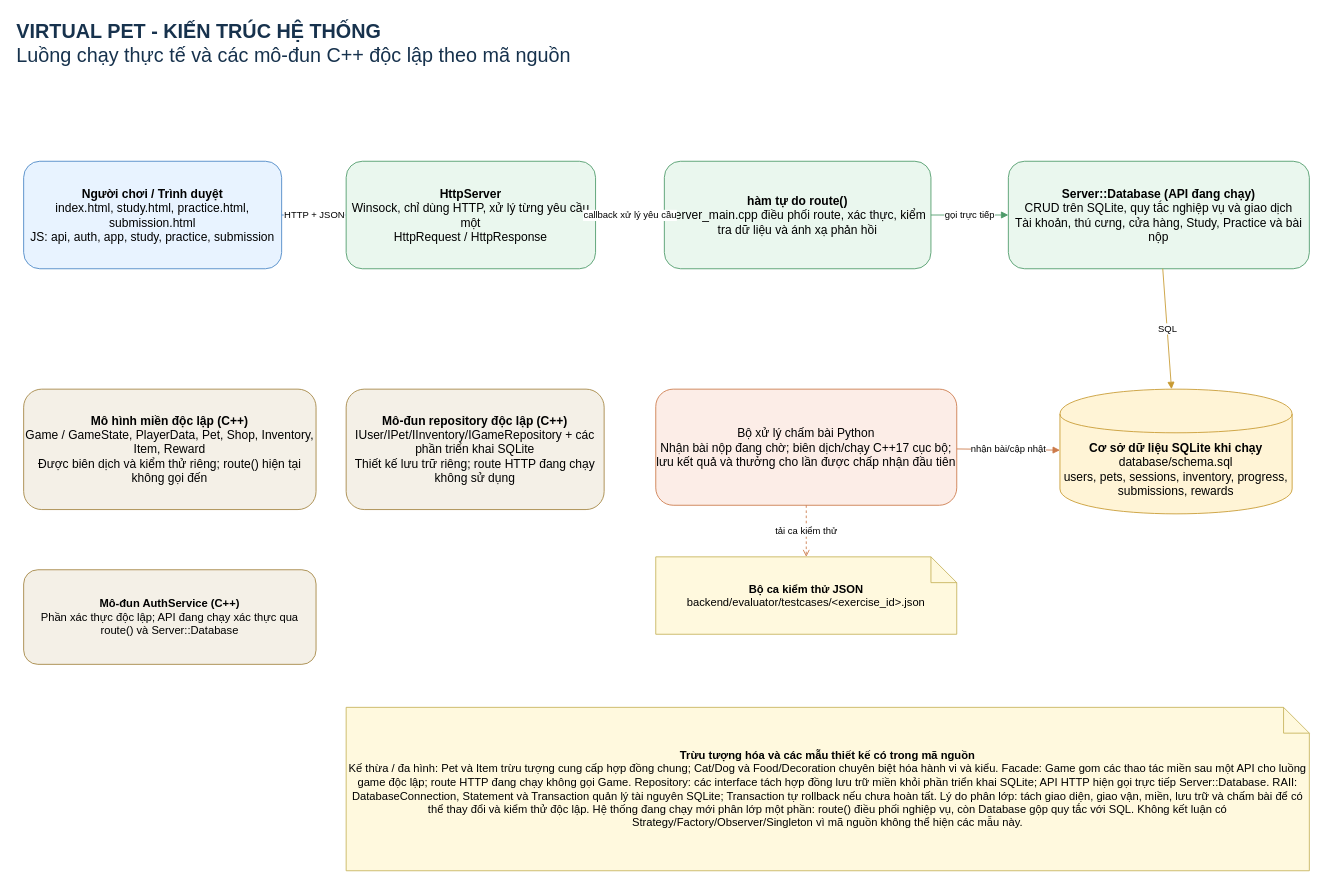
The draw.io diagram page "01 - Kiến trúc và lý do thiết kế" (1 of 7) of docs/virtual-pet-system-uml.drawio in thanhdat712/Virtual_Pet, before the edit. Source tidied: cells renumbered, new cells numbered last; positions are measured from the earlier drawing's top-left corner, leaving out a move shared by most shapes. Both pictures are drawn from the tidied source at 86%, with x=0, y=0 at pixel (15, 15).
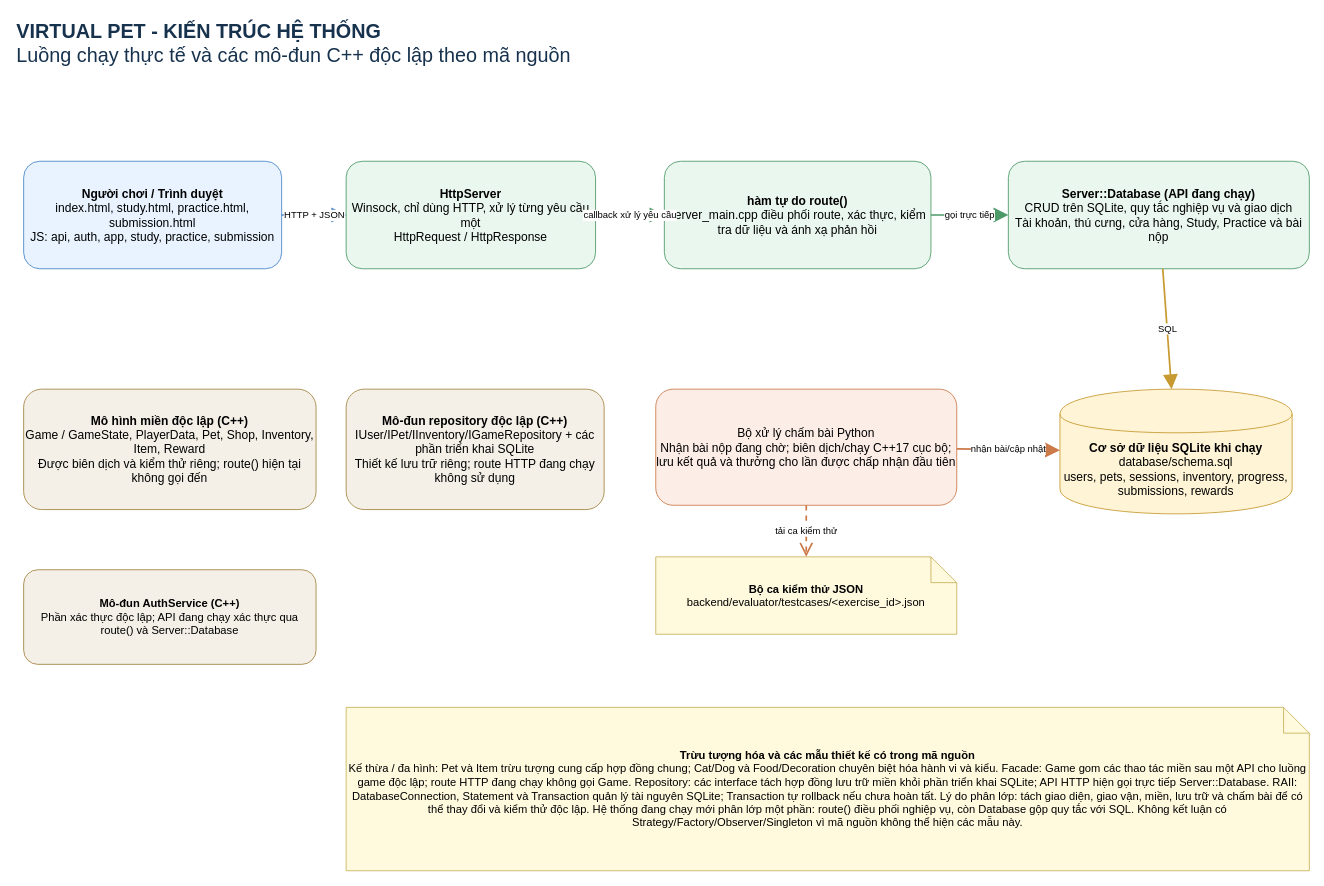
The same diagram, later.

Diff of the diagram source:
```diff
@@
 <mxGraphModel>
   <root>
     <mxCell id="0" />
     <mxCell id="1" parent="0" />
     <mxCell id="2" value="&lt;b&gt;VIRTUAL PET - KIẾN TRÚC HỆ THỐNG&lt;/b&gt;&lt;br&gt;Luồng chạy thực tế và các mô-đun C++ độc lập theo mã nguồn" style="text;html=1;align=left;verticalAlign=middle;fontSize=23;fontColor=#17324D;" parent="1" vertex="1">
       <mxGeometry width="1300" height="65" as="geometry" />
     </mxCell>
     <mxCell id="3" value="&lt;b&gt;Người chơi / Trình duyệt&lt;/b&gt;&lt;br&gt;index.html, study.html, practice.html, submission.html&lt;br&gt;JS: api, auth, app, study, practice, submission" style="rounded=1;whiteSpace=wrap;html=1;fillColor=#E8F3FF;strokeColor=#4A86C5;fontSize=14;" parent="1" vertex="1">
       <mxGeometry x="10" y="170" width="300" height="125" as="geometry" />
     </mxCell>
     <mxCell id="4" value="&lt;b&gt;HttpServer&lt;/b&gt;&lt;br&gt;Winsock, chỉ dùng HTTP, xử lý từng yêu cầu một&lt;br&gt;HttpRequest / HttpResponse" style="rounded=1;whiteSpace=wrap;html=1;fillColor=#EAF7EE;strokeColor=#4D9A69;fontSize=14;" parent="1" vertex="1">
       <mxGeometry x="385" y="170" width="290" height="125" as="geometry" />
     </mxCell>
     <mxCell id="5" value="&lt;b&gt;hàm tự do route()&lt;/b&gt;&lt;br&gt;server_main.cpp điều phối route, xác thực, kiểm tra dữ liệu và ánh xạ phản hồi" style="rounded=1;whiteSpace=wrap;html=1;fillColor=#EAF7EE;strokeColor=#4D9A69;fontSize=14;" parent="1" vertex="1">
       <mxGeometry x="755" y="170" width="310" height="125" as="geometry" />
     </mxCell>
     <mxCell id="6" value="&lt;b&gt;Server::Database (API đang chạy)&lt;/b&gt;&lt;br&gt;CRUD trên SQLite, quy tắc nghiệp vụ và giao dịch&lt;br&gt;Tài khoản, thú cưng, cửa hàng, Study, Practice và bài nộp" style="rounded=1;whiteSpace=wrap;html=1;fillColor=#EAF7EE;strokeColor=#4D9A69;fontSize=14;" parent="1" vertex="1">
       <mxGeometry x="1155" y="170" width="350" height="125" as="geometry" />
     </mxCell>
     <mxCell id="7" value="&lt;b&gt;Cơ sở dữ liệu SQLite khi chạy&lt;/b&gt;&lt;br&gt;database/schema.sql&lt;br&gt;users, pets, sessions, inventory, progress, submissions, rewards" style="shape=cylinder;whiteSpace=wrap;html=1;boundedLbl=1;backgroundOutline=1;fillColor=#FFF4D6;strokeColor=#C89A32;fontSize=14;" parent="1" vertex="1">
       <mxGeometry x="1215" y="435" width="270" height="145" as="geometry" />
     </mxCell>
     <mxCell id="8" value="Bộ xử lý chấm bài Python&lt;br&gt;Nhận bài nộp đang chờ; biên dịch/chạy C++17 cục bộ; lưu kết quả và thưởng cho lần được chấp nhận đầu tiên" style="rounded=1;whiteSpace=wrap;html=1;fillColor=#FCEDE7;strokeColor=#CC7A4A;fontSize=14;" parent="1" vertex="1">
       <mxGeometry x="745" y="435" width="350" height="135" as="geometry" />
     </mxCell>
     <mxCell id="9" value="&lt;b&gt;Bộ ca kiểm thử JSON&lt;/b&gt;&lt;br&gt;backend/evaluator/testcases/&amp;lt;exercise_id&amp;gt;.json" style="shape=note;whiteSpace=wrap;html=1;backgroundOutline=1;fillColor=#FFF9DE;strokeColor=#C6B45D;fontSize=13;" parent="1" vertex="1">
       <mxGeometry x="745" y="630" width="350" height="90" as="geometry" />
     </mxCell>
     <mxCell id="10" value="&lt;b&gt;Mô hình miền độc lập (C++)&lt;/b&gt;&lt;br&gt;Game / GameState, PlayerData, Pet, Shop, Inventory, Item, Reward&lt;br&gt;Được biên dịch và kiểm thử riêng; route() hiện tại không gọi đến" style="rounded=1;whiteSpace=wrap;html=1;fillColor=#F4F0E7;strokeColor=#A48542;fontSize=14;" parent="1" vertex="1">
       <mxGeometry x="10" y="435" width="340" height="140" as="geometry" />
     </mxCell>
     <mxCell id="11" value="&lt;b&gt;Mô-đun repository độc lập (C++)&lt;/b&gt;&lt;br&gt;IUser/IPet/IInventory/IGameRepository + các phần triển khai SQLite&lt;br&gt;Thiết kế lưu trữ riêng; route HTTP đang chạy không sử dụng" style="rounded=1;whiteSpace=wrap;html=1;fillColor=#F4F0E7;strokeColor=#A48542;fontSize=14;" parent="1" vertex="1">
       <mxGeometry x="385" y="435" width="300" height="140" as="geometry" />
     </mxCell>
     <mxCell id="12" value="&lt;b&gt;Mô-đun AuthService (C++)&lt;/b&gt;&lt;br&gt;Phần xác thực độc lập; API đang chạy xác thực qua route() và Server::Database" style="rounded=1;whiteSpace=wrap;html=1;fillColor=#F4F0E7;strokeColor=#A48542;fontSize=13;" parent="1" vertex="1">
       <mxGeometry x="10" y="645" width="340" height="110" as="geometry" />
     </mxCell>
-    <mxCell id="13" value="HTTP + JSON" style="endArrow=block;html=1;strokeColor=#4A86C5;" parent="1" edge="1" source="3" target="4">
+    <mxCell id="13" value="HTTP + JSON" style="endArrow=block;html=1;strokeColor=#4A86C5;strokeWidth=2;endSize=12;endFill=1;" parent="1" edge="1" source="3" target="4">
       <mxGeometry relative="1" as="geometry" />
     </mxCell>
-    <mxCell id="14" value="callback xử lý yêu cầu" style="endArrow=block;html=1;strokeColor=#4D9A69;" parent="1" edge="1" source="4" target="5">
+    <mxCell id="14" value="callback xử lý yêu cầu" style="endArrow=block;html=1;strokeColor=#4D9A69;strokeWidth=2;endSize=12;endFill=1;" parent="1" edge="1" source="4" target="5">
       <mxGeometry relative="1" as="geometry" />
     </mxCell>
-    <mxCell id="15" value="gọi trực tiếp" style="endArrow=block;html=1;strokeColor=#4D9A69;" parent="1" edge="1" source="5" target="6">
+    <mxCell id="15" value="gọi trực tiếp" style="endArrow=block;html=1;strokeColor=#4D9A69;strokeWidth=2;endSize=12;endFill=1;" parent="1" edge="1" source="5" target="6">
       <mxGeometry relative="1" as="geometry" />
     </mxCell>
-    <mxCell id="16" value="SQL" style="endArrow=block;html=1;strokeColor=#C89A32;" parent="1" edge="1" source="6" target="7">
+    <mxCell id="16" value="SQL" style="endArrow=block;html=1;strokeColor=#C89A32;strokeWidth=2;endSize=12;endFill=1;" parent="1" edge="1" source="6" target="7">
       <mxGeometry relative="1" as="geometry" />
     </mxCell>
-    <mxCell id="17" value="nhận bài/cập nhật" style="endArrow=block;html=1;strokeColor=#CC7A4A;" parent="1" edge="1" source="8" target="7">
+    <mxCell id="17" value="nhận bài/cập nhật" style="endArrow=block;html=1;strokeColor=#CC7A4A;strokeWidth=2;endSize=12;endFill=1;" parent="1" edge="1" source="8" target="7">
       <mxGeometry relative="1" as="geometry" />
     </mxCell>
-    <mxCell id="18" value="tải ca kiểm thử" style="dashed=1;endArrow=open;html=1;strokeColor=#CC7A4A;" parent="1" edge="1" source="8" target="9">
+    <mxCell id="18" value="tải ca kiểm thử" style="dashed=1;endArrow=open;html=1;strokeColor=#CC7A4A;strokeWidth=2;endSize=12;endFill=0;" parent="1" edge="1" source="8" target="9">
       <mxGeometry relative="1" as="geometry" />
     </mxCell>
     <mxCell id="19" value="&lt;b&gt;Trừu tượng hóa và các mẫu thiết kế có trong mã nguồn&lt;/b&gt;&lt;br&gt;Kế thừa / đa hình: Pet và Item trừu tượng cung cấp hợp đồng chung; Cat/Dog và Food/Decoration chuyên biệt hóa hành vi và kiểu. Facade: Game gom các thao tác miền sau một API cho luồng game độc lập; route HTTP đang chạy không gọi Game. Repository: các interface tách hợp đồng lưu trữ miền khỏi phần triển khai SQLite; API HTTP hiện gọi trực tiếp Server::Database. RAII: DatabaseConnection, Statement và Transaction quản lý tài nguyên SQLite; Transaction tự rollback nếu chưa hoàn tất. Lý do phân lớp: tách giao diện, giao vận, miền, lưu trữ và chấm bài để có thể thay đổi và kiểm thử độc lập. Hệ thống đang chạy mới phân lớp một phần: route() điều phối nghiệp vụ, còn Database gộp quy tắc với SQL. Không kết luận có Strategy/Factory/Observer/Singleton vì mã nguồn không thể hiện các mẫu này." style="shape=note;whiteSpace=wrap;html=1;backgroundOutline=1;fillColor=#FFF9DE;strokeColor=#C6B45D;fontSize=13;" parent="1" vertex="1">
       <mxGeometry x="385" y="805" width="1120" height="190" as="geometry" />
     </mxCell>
   </root>
 </mxGraphModel>
```
